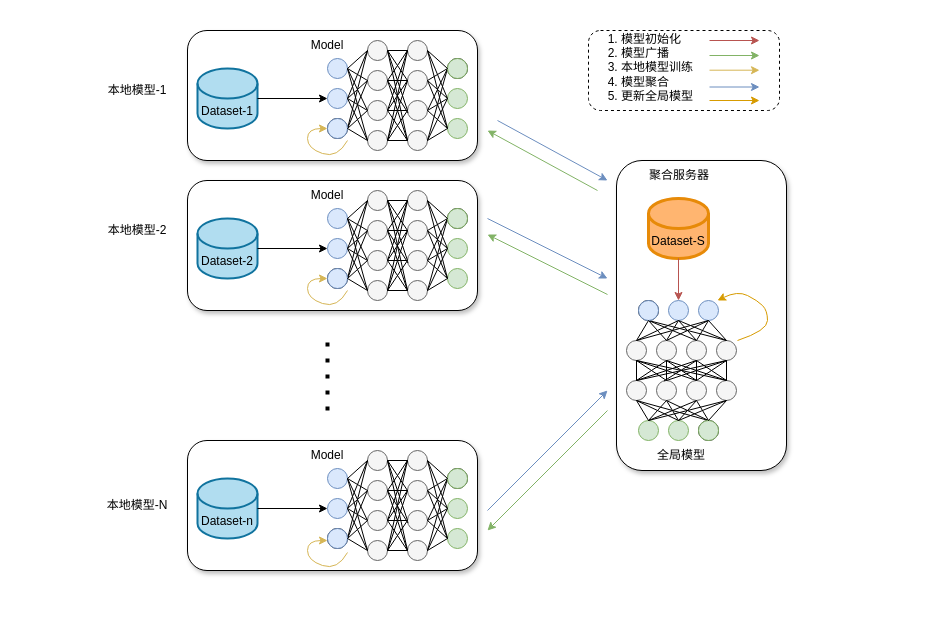
This is drawio/联邦学习.drawio from ShizhongP/dl-notes, a draw.io file, before an edit. Source tidied: cells renumbered, new cells numbered last; positions are measured from the earlier drawing's top-left corner, leaving out a move shared by most shapes. Both pictures are drawn from the tidied source at 100%, with x=0, y=0 at pixel (97, 17).
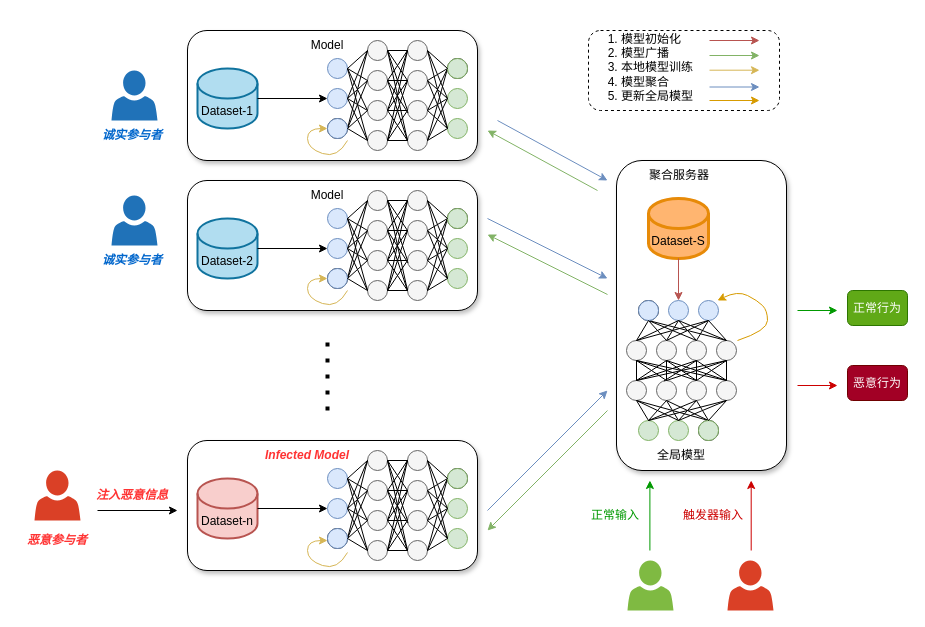
After the change.

Commit message:
更新联邦学习.drawio

Unchanged cells that the change refers to:
```xml
<mxCell id="131" style="group;" parent="1" vertex="1">
  <mxGeometry x="90" y="423" width="290" height="130" as="geometry" />
</mxCell>
```

Change to the diagram source:
```diff
@@
-    <mxCell id="191" value="Dataset-n" style="shape=cylinder3;whiteSpace=wrap;html=1;boundedLbl=1;backgroundOutline=1;size=15;fillColor=#b1ddf0;strokeColor=#10739e;strokeWidth=2;" parent="131" vertex="1">
+    <mxCell id="191" value="Dataset-n" style="shape=cylinder3;whiteSpace=wrap;html=1;boundedLbl=1;backgroundOutline=1;size=15;fillColor=#f8cecc;strokeColor=#b85450;strokeWidth=2;" parent="131" vertex="1">
       <mxGeometry x="10" y="38" width="60" height="60" as="geometry" />
     </mxCell>
@@
-    <mxCell id="193" value="Model" style="text;html=1;align=center;verticalAlign=middle;whiteSpace=wrap;rounded=0;" parent="131" vertex="1">
-      <mxGeometry x="110" width="60" height="30" as="geometry" />
+    <mxCell id="193" value="&lt;b&gt;&lt;i&gt;&lt;font color=&quot;#ff3333&quot;&gt;Infected Model&lt;/font&gt;&lt;/i&gt;&lt;/b&gt;" style="text;html=1;align=center;verticalAlign=middle;whiteSpace=wrap;rounded=0;" parent="131" vertex="1">
+      <mxGeometry x="70" width="100" height="30" as="geometry" />
     </mxCell>
@@
-    <mxCell id="261" value="本地模型-1" style="text;html=1;align=center;verticalAlign=middle;whiteSpace=wrap;rounded=0;" parent="1" vertex="1">
-      <mxGeometry y="43" width="80" height="60" as="geometry" />
-    </mxCell>
-    <mxCell id="262" value="本地模型-2" style="text;html=1;align=center;verticalAlign=middle;whiteSpace=wrap;rounded=0;" parent="1" vertex="1">
-      <mxGeometry y="183" width="80" height="60" as="geometry" />
-    </mxCell>
-    <mxCell id="263" value="本地模型-N" style="text;html=1;align=center;verticalAlign=middle;whiteSpace=wrap;rounded=0;" parent="1" vertex="1">
-      <mxGeometry y="458" width="80" height="60" as="geometry" />
+    <mxCell id="263" value="&lt;b&gt;&lt;i&gt;&lt;font color=&quot;#ff3333&quot;&gt;恶意参与者&lt;/font&gt;&lt;/i&gt;&lt;/b&gt;" style="text;html=1;align=center;verticalAlign=middle;whiteSpace=wrap;rounded=0;" parent="1" vertex="1">
+      <mxGeometry x="-80" y="493" width="80" height="60" as="geometry" />
     </mxCell>
@@
+    <mxCell id="276" style="sketch=0;shadow=0;dashed=0;html=1;strokeColor=none;labelPosition=center;verticalLabelPosition=bottom;verticalAlign=top;align=center;shape=mxgraph.office.users.user;fillColor=#DA4026;" parent="1" vertex="1">
+      <mxGeometry x="-63" y="453" width="46" height="50" as="geometry" />
+    </mxCell>
+    <mxCell id="277" style="endArrow=classic;html=1;rounded=0;" parent="1" edge="1">
+      <mxGeometry relative="1" as="geometry">
+        <mxPoint y="493" as="sourcePoint" />
+        <mxPoint x="80" y="493" as="targetPoint" />
+      </mxGeometry>
+    </mxCell>
+    <mxCell id="278" value="&lt;font color=&quot;#ff3333&quot;&gt;&lt;i&gt;&lt;b&gt;注入恶意信息&lt;/b&gt;&lt;/i&gt;&lt;/font&gt;" style="text;html=1;align=center;verticalAlign=middle;whiteSpace=wrap;rounded=0;" parent="1" vertex="1">
+      <mxGeometry x="-10" y="463" width="90" height="30" as="geometry" />
+    </mxCell>
+    <mxCell id="279" style="sketch=0;shadow=0;dashed=0;html=1;strokeColor=none;labelPosition=center;verticalLabelPosition=bottom;verticalAlign=top;align=center;shape=mxgraph.office.users.user;fillColor=#2072B8;" parent="1" vertex="1">
+      <mxGeometry x="14" y="178" width="46" height="50" as="geometry" />
+    </mxCell>
+    <mxCell id="280" style="sketch=0;shadow=0;dashed=0;html=1;strokeColor=none;labelPosition=center;verticalLabelPosition=bottom;verticalAlign=top;align=center;shape=mxgraph.office.users.user;fillColor=#2072B8;" parent="1" vertex="1">
+      <mxGeometry x="14" y="53" width="46" height="50" as="geometry" />
+    </mxCell>
+    <mxCell id="281" value="&lt;b&gt;&lt;i&gt;&lt;font color=&quot;#0066cc&quot;&gt;诚实参与者&lt;/font&gt;&lt;/i&gt;&lt;/b&gt;" style="text;html=1;align=center;verticalAlign=middle;whiteSpace=wrap;rounded=0;" parent="1" vertex="1">
+      <mxGeometry y="103" width="70" height="30" as="geometry" />
+    </mxCell>
+    <mxCell id="282" value="&lt;b&gt;&lt;i&gt;&lt;font color=&quot;#0066cc&quot;&gt;诚实参与者&lt;/font&gt;&lt;/i&gt;&lt;/b&gt;" style="text;html=1;align=center;verticalAlign=middle;whiteSpace=wrap;rounded=0;" parent="1" vertex="1">
+      <mxGeometry y="228" width="70" height="30" as="geometry" />
+    </mxCell>
+    <mxCell id="283" style="sketch=0;shadow=0;dashed=0;html=1;strokeColor=none;labelPosition=center;verticalLabelPosition=bottom;verticalAlign=top;align=center;shape=mxgraph.office.users.user;fillColor=#7FBA42;" parent="1" vertex="1">
+      <mxGeometry x="530" y="543" width="46" height="50" as="geometry" />
+    </mxCell>
+    <mxCell id="284" style="endArrow=classic;html=1;rounded=0;strokeColor=#009900;" parent="1" edge="1">
+      <mxGeometry relative="1" as="geometry">
+        <mxPoint x="552.4" y="533" as="sourcePoint" />
+        <mxPoint x="552.4" y="463" as="targetPoint" />
+      </mxGeometry>
+    </mxCell>
+    <mxCell id="285" style="sketch=0;shadow=0;dashed=0;html=1;strokeColor=none;labelPosition=center;verticalLabelPosition=bottom;verticalAlign=top;align=center;shape=mxgraph.office.users.user;fillColor=#DA4026;" parent="1" vertex="1">
+      <mxGeometry x="630" y="543" width="46" height="50" as="geometry" />
+    </mxCell>
+    <mxCell id="286" style="endArrow=classic;html=1;rounded=0;strokeColor=#CC0000;" parent="1" edge="1">
+      <mxGeometry relative="1" as="geometry">
+        <mxPoint x="653.7" y="533" as="sourcePoint" />
+        <mxPoint x="653.7" y="463" as="targetPoint" />
+      </mxGeometry>
+    </mxCell>
+    <mxCell id="287" value="&lt;font color=&quot;#009900&quot;&gt;正常输入&lt;/font&gt;" style="text;html=1;align=center;verticalAlign=middle;whiteSpace=wrap;rounded=0;" parent="1" vertex="1">
+      <mxGeometry x="488" y="483" width="60" height="30" as="geometry" />
+    </mxCell>
+    <mxCell id="288" value="&lt;font color=&quot;#cc0000&quot;&gt;触发器输入&lt;/font&gt;" style="text;html=1;align=center;verticalAlign=middle;whiteSpace=wrap;rounded=0;" parent="1" vertex="1">
+      <mxGeometry x="576" y="483" width="80" height="30" as="geometry" />
+    </mxCell>
+    <mxCell id="289" style="endArrow=classic;html=1;rounded=0;strokeColor=#009900;" parent="1" edge="1">
+      <mxGeometry relative="1" as="geometry">
+        <mxPoint x="700" y="293" as="sourcePoint" />
+        <mxPoint x="740" y="293" as="targetPoint" />
+      </mxGeometry>
+    </mxCell>
+    <mxCell id="290" value="正常行为" style="rounded=1;whiteSpace=wrap;html=1;fillColor=#60a917;fontColor=#ffffff;strokeColor=#2D7600;" parent="1" vertex="1">
+      <mxGeometry x="750" y="273" width="60" height="35" as="geometry" />
+    </mxCell>
+    <mxCell id="291" style="endArrow=classic;html=1;rounded=0;strokeColor=#CC0000;" parent="1" edge="1">
+      <mxGeometry relative="1" as="geometry">
+        <mxPoint x="700" y="368" as="sourcePoint" />
+        <mxPoint x="740" y="368" as="targetPoint" />
+      </mxGeometry>
+    </mxCell>
+    <mxCell id="292" value="恶意行为" style="rounded=1;whiteSpace=wrap;html=1;fillColor=#a20025;fontColor=#ffffff;strokeColor=#6F0000;" parent="1" vertex="1">
+      <mxGeometry x="750" y="348" width="60" height="35" as="geometry" />
+    </mxCell>
```
